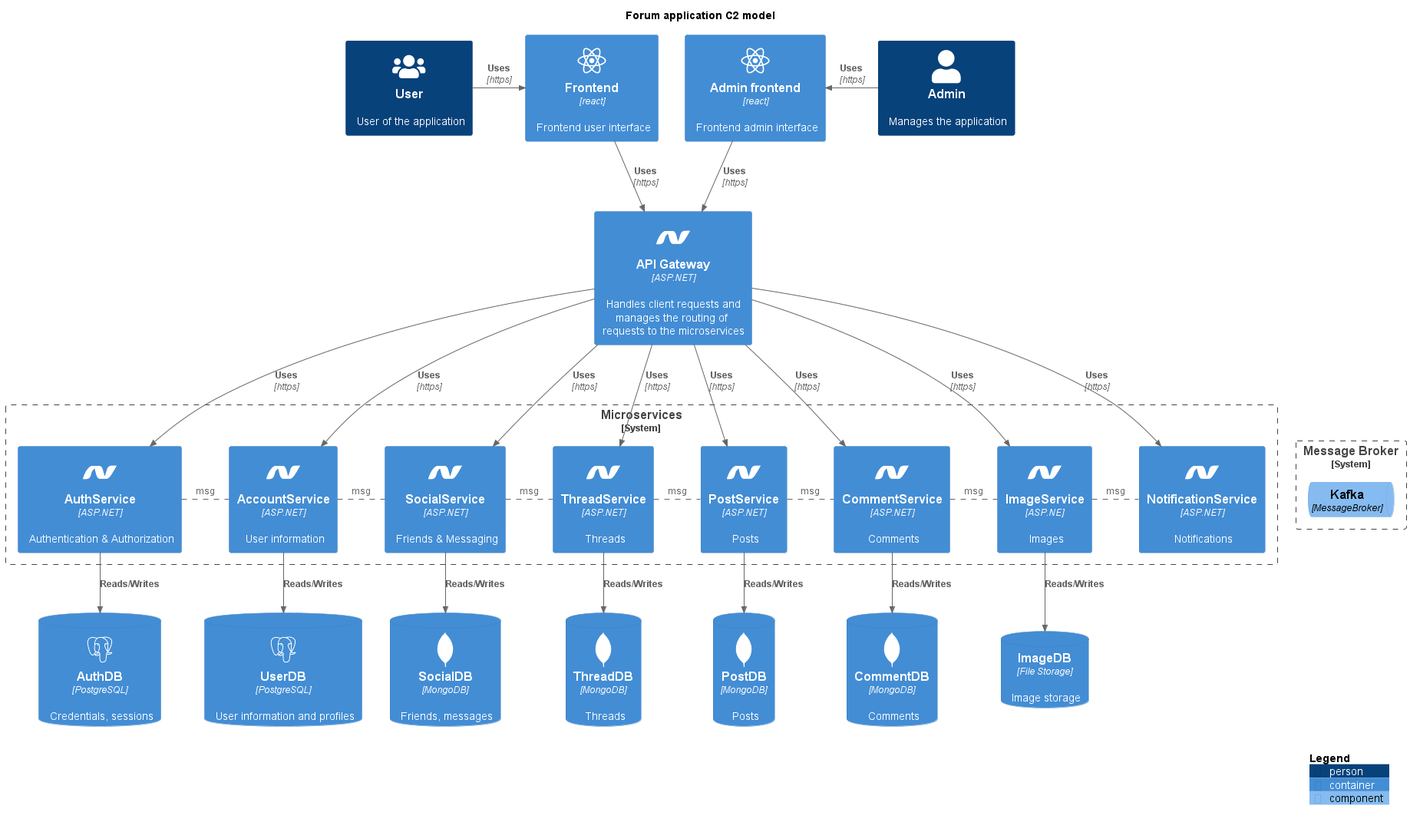
Before: Architecture/C4_Models/Architecture_C2.png, a diagram exported from PlantUML (KevinvdHoogenhof/ForumApp-Main).
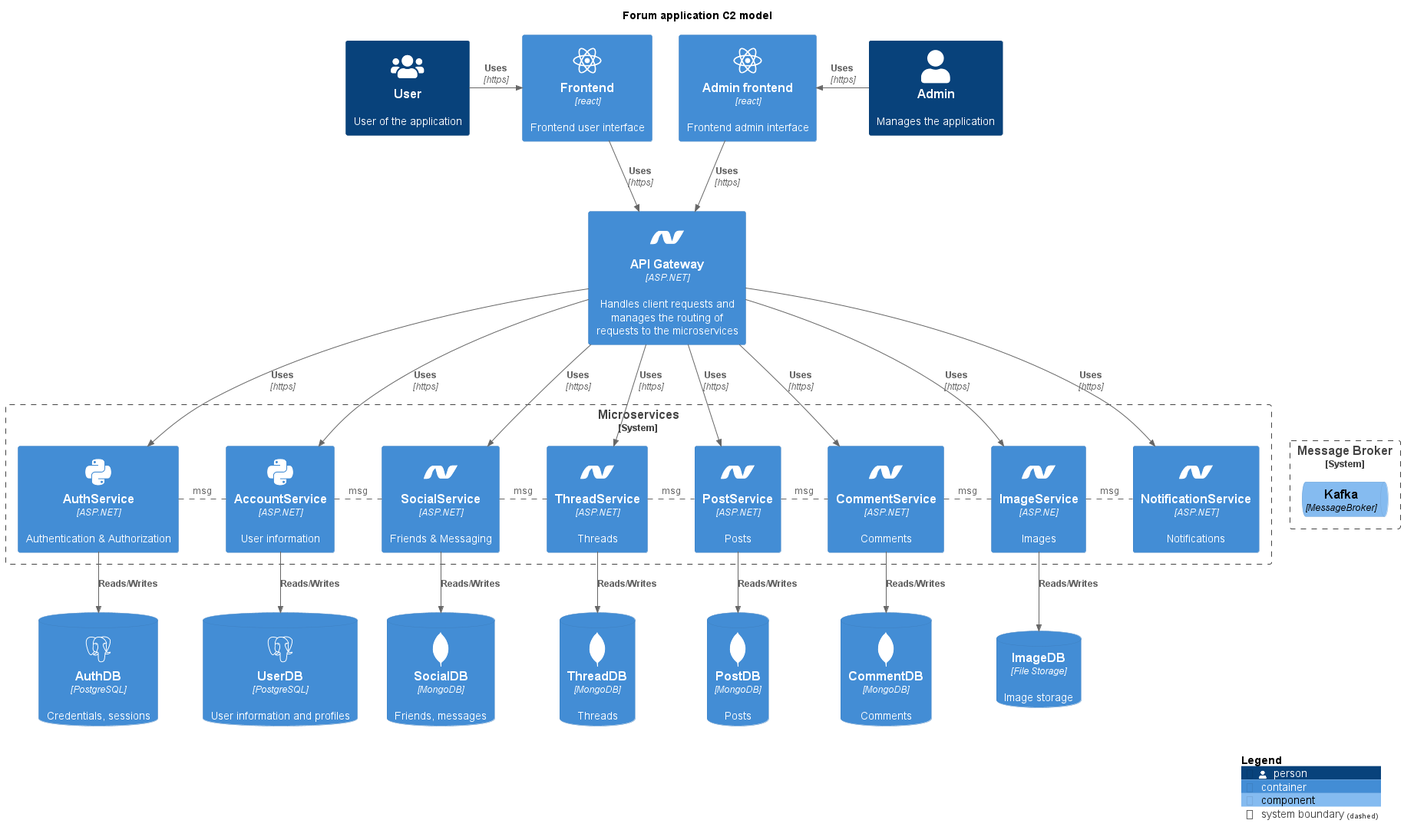
After the commit.

Diff of the diagram source:
```diff
@@ -6,6 +6,7 @@
 !define FONTAWESOME https://raw.githubusercontent.com/tupadr3/plantuml-icon-font-sprites/master/font-awesome-5
 !include DEVICONS/react.puml
 !include DEVICONS/dotnet.puml
+!include DEVICONS/python.puml
 !include DEVICONS/postgresql.puml
 !include DEVICONS/mongodb.puml
 !include FONTAWESOME/users.puml
@@ -19,8 +20,8 @@
 Container(api, "API Gateway", "ASP.NET", "Handles client requests and manages the routing of requests to the microservices", $sprite="dotnet")
 
 System_Boundary(ms, "Microservices", "Back-end services"){
-Container(authservice, "AuthService", "ASP.NET", "Authentication & Authorization", $sprite="dotnet")
-Container(accservice, "AccountService", "ASP.NET", "User information", $sprite="dotnet")
+Container(authservice, "AuthService", "ASP.NET", "Authentication & Authorization", $sprite="python")
+Container(accservice, "AccountService", "ASP.NET", "User information", $sprite="python")
 Container(socialservice, "SocialService", "ASP.NET", "Friends & Messaging", $sprite="dotnet")
 Container(threadservice, "ThreadService", "ASP.NET", "Threads", $sprite="dotnet")
 Container(postservice, "PostService", "ASP.NET", "Posts", $sprite="dotnet")
```
